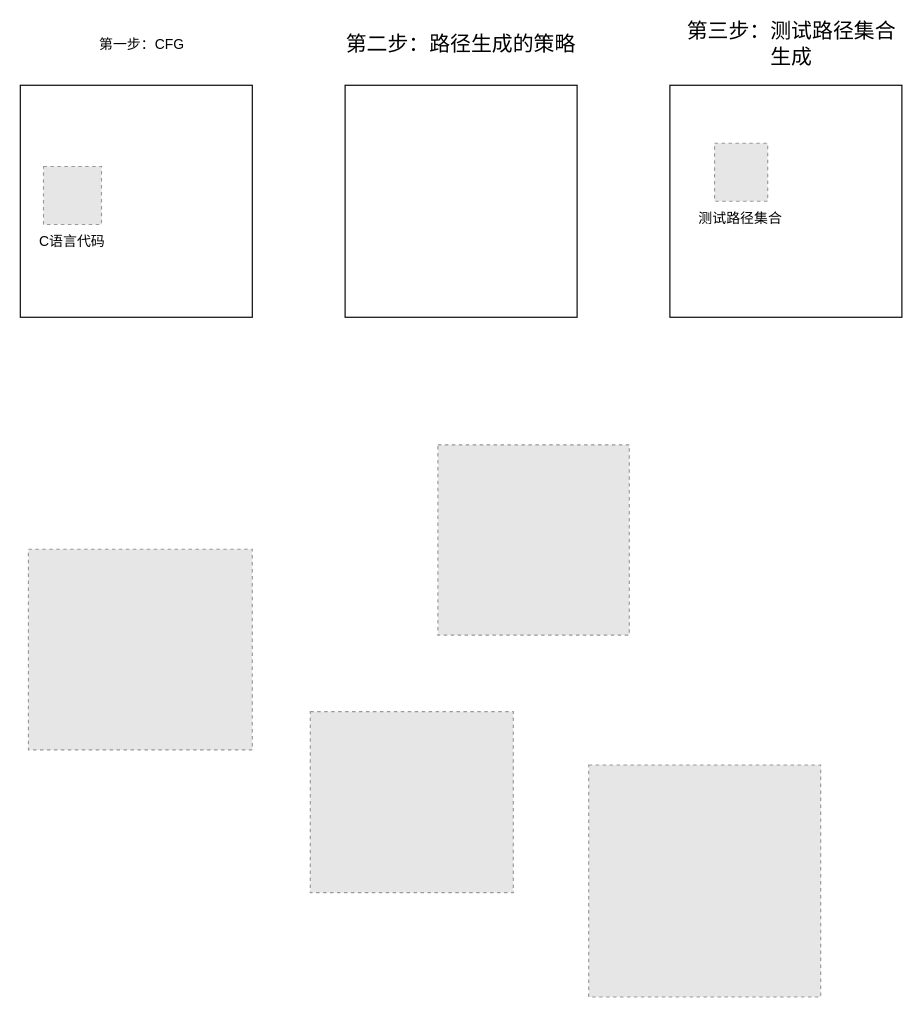
Before: 未命名绘图.drawio in William-Practice/William-Practice, a draw.io diagram. Source tidied: cells renumbered, new cells numbered last; positions are measured from the earlier drawing's top-left corner, leaving out a move shared by most shapes. Both pictures are drawn from the tidied source at 116%, with x=0, y=0 at pixel (20, 27). Pictures stored in the file or linked from it are replaced by grey dashed boxes.
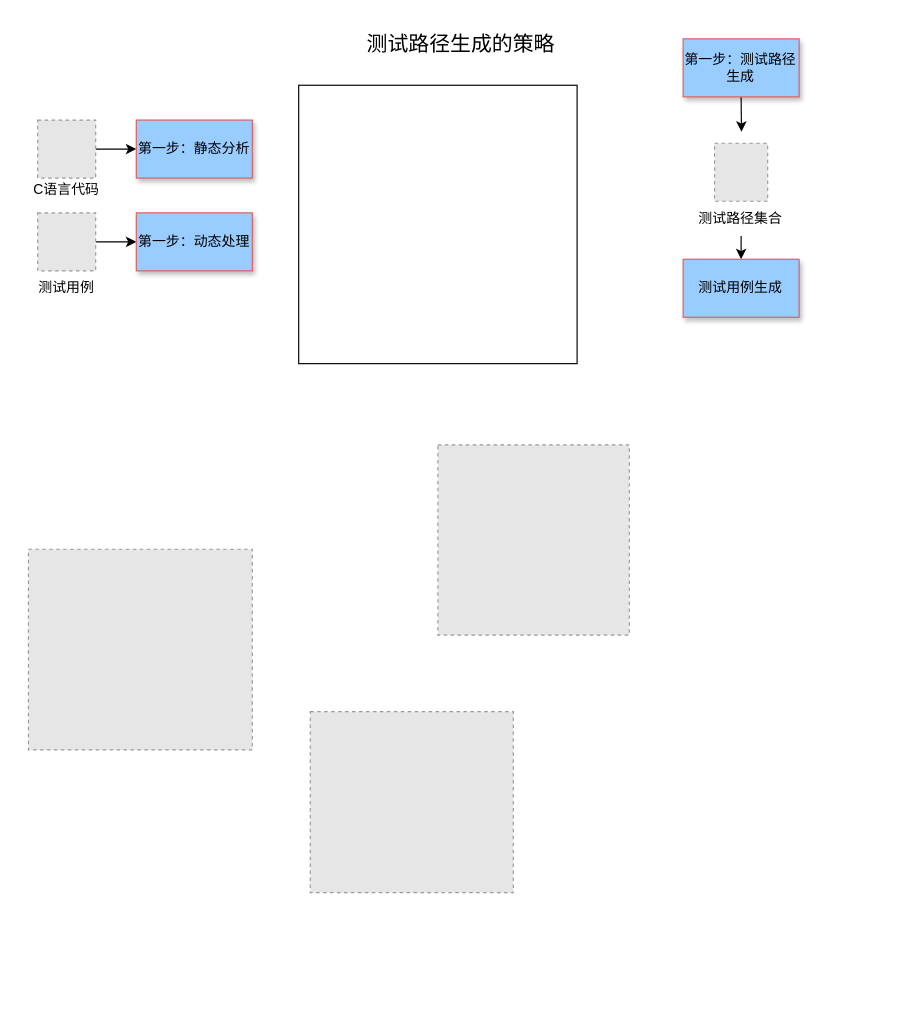
The same diagram, later.

Commit message:
更新未命名绘图.drawio

The change refers to these unchanged cells:
```xml
<mxCell id="15" value="测试路径集合" style="text;html=1;whiteSpace=wrap;strokeColor=none;fillColor=none;align=center;verticalAlign=middle;rounded=0;" parent="1" vertex="1">
  <mxGeometry x="581.4" y="150" width="80" height="30" as="geometry" />
</mxCell>
```

The edit, as a diff of the source:
```diff
@@
-    <mxCell id="2" style="whiteSpace=wrap;html=1;" parent="1" vertex="1">
-      <mxGeometry y="50" width="200" height="200" as="geometry" />
-    </mxCell>
     <mxCell id="3" style="whiteSpace=wrap;html=1;" parent="1" vertex="1">
-      <mxGeometry x="280" y="50" width="200" height="200" as="geometry" />
+      <mxGeometry x="240" y="50" width="240" height="240" as="geometry" />
     </mxCell>
-    <mxCell id="4" style="whiteSpace=wrap;html=1;" parent="1" vertex="1">
-      <mxGeometry x="560" y="50" width="200" height="200" as="geometry" />
-    </mxCell>
-    <mxCell id="5" value="第一步：CFG" style="text;html=1;whiteSpace=wrap;strokeColor=none;fillColor=none;align=center;verticalAlign=middle;rounded=0;" parent="1" vertex="1">
-      <mxGeometry x="10" width="190" height="30" as="geometry" />
-    </mxCell>
-    <mxCell id="6" value="&lt;font style=&quot;font-size: 18px;&quot;&gt;第二步：路径生成的策略&lt;/font&gt;" style="text;html=1;whiteSpace=wrap;strokeColor=none;fillColor=none;align=center;verticalAlign=middle;rounded=0;" parent="1" vertex="1">
+    <mxCell id="6" value="&lt;font style=&quot;font-size: 18px;&quot;&gt;测试路径生成的策略&lt;/font&gt;" style="text;html=1;whiteSpace=wrap;strokeColor=none;fillColor=none;align=center;verticalAlign=middle;rounded=0;" parent="1" vertex="1">
       <mxGeometry x="280" width="200" height="30" as="geometry" />
     </mxCell>
-    <mxCell id="7" value="&lt;font style=&quot;font-size: 18px;&quot;&gt;第三步：测试路径集合生成&lt;/font&gt;" style="text;html=1;whiteSpace=wrap;strokeColor=none;fillColor=none;align=center;verticalAlign=middle;rounded=0;" parent="1" vertex="1">
-      <mxGeometry x="570" width="190" height="30" as="geometry" />
-    </mxCell>
@@
+    <mxCell id="16" style="edgeStyle=orthogonalEdgeStyle;rounded=0;jettySize=auto;html=1;exitX=1;exitY=0.5;exitDx=0;exitDy=0;entryX=0;entryY=0.5;entryDx=0;entryDy=0;" parent="1" edge="1" source="10" target="20">
+      <mxGeometry relative="1" as="geometry" />
+    </mxCell>
     <mxCell id="10" style="fillColor=#E6E6E6;strokeColor=#999999;dashed=1;verticalLabelPosition=bottom;labelBackgroundColor=default;verticalAlign=top;" parent="1" vertex="1">
-      <mxGeometry x="20" y="120" width="50" height="50" as="geometry" />
+      <mxGeometry x="15" y="80" width="50" height="50" as="geometry" />
     </mxCell>
@@
+    <mxCell id="17" style="edgeStyle=orthogonalEdgeStyle;rounded=0;jettySize=auto;html=1;exitX=1;exitY=0.5;exitDx=0;exitDy=0;" parent="1" edge="1" source="12" target="21">
+      <mxGeometry relative="1" as="geometry" />
+    </mxCell>
     <mxCell id="12" style="fillColor=#E6E6E6;strokeColor=#999999;dashed=1;verticalLabelPosition=bottom;labelBackgroundColor=default;verticalAlign=top;" parent="1" vertex="1">
-      <mxGeometry x="490" y="636" width="200" height="200" as="geometry" />
+      <mxGeometry x="15" y="160" width="50" height="50" as="geometry" />
     </mxCell>
@@
     <mxCell id="14" value="C语言代码" style="text;html=1;whiteSpace=wrap;strokeColor=none;fillColor=none;align=center;verticalAlign=middle;rounded=0;" parent="1" vertex="1">
-      <mxGeometry x="15" y="170" width="60" height="30" as="geometry" />
+      <mxGeometry x="10" y="130" width="60" height="20" as="geometry" />
     </mxCell>
+    <mxCell id="18" style="edgeStyle=orthogonalEdgeStyle;rounded=0;jettySize=auto;html=1;exitX=0.5;exitY=1;exitDx=0;exitDy=0;entryX=0.5;entryY=0;entryDx=0;entryDy=0;" parent="1" edge="1" source="15" target="24">
+      <mxGeometry relative="1" as="geometry" />
+    </mxCell>
@@
+    <mxCell id="19" value="测试用例" style="text;html=1;whiteSpace=wrap;strokeColor=none;fillColor=none;align=center;verticalAlign=middle;rounded=0;" parent="1" vertex="1">
+      <mxGeometry x="10" y="210" width="60" height="30" as="geometry" />
+    </mxCell>
+    <mxCell id="20" value="第一步：静态分析" style="rounded=0;whiteSpace=wrap;html=1;fillColor=#99CCFF;strokeColor=light-dark(#E05D5D,#E05D5D);shadow=1;" parent="1" vertex="1">
+      <mxGeometry x="100" y="80" width="100" height="50" as="geometry" />
+    </mxCell>
+    <mxCell id="21" value="第一步：动态处理" style="rounded=0;whiteSpace=wrap;html=1;fillColor=#99CCFF;strokeColor=light-dark(#E05D5D,#E05D5D);shadow=1;" parent="1" vertex="1">
+      <mxGeometry x="100" y="160" width="100" height="50" as="geometry" />
+    </mxCell>
+    <mxCell id="22" style="edgeStyle=orthogonalEdgeStyle;rounded=0;jettySize=auto;html=1;exitX=0.5;exitY=1;exitDx=0;exitDy=0;" parent="1" edge="1" source="23">
+      <mxGeometry relative="1" as="geometry">
+        <mxPoint x="621.7" y="90" as="targetPoint" />
+      </mxGeometry>
+    </mxCell>
+    <mxCell id="23" value="第一步：测试路径生成" style="rounded=0;whiteSpace=wrap;html=1;fillColor=#99CCFF;strokeColor=light-dark(#E05D5D,#E05D5D);shadow=1;" parent="1" vertex="1">
+      <mxGeometry x="571.4" y="10" width="100" height="50" as="geometry" />
+    </mxCell>
+    <mxCell id="24" value="测试用例生成" style="rounded=0;whiteSpace=wrap;html=1;fillColor=#99CCFF;strokeColor=light-dark(#E05D5D,#E05D5D);shadow=1;" parent="1" vertex="1">
+      <mxGeometry x="571.4" y="200" width="100" height="50" as="geometry" />
+    </mxCell>
```
